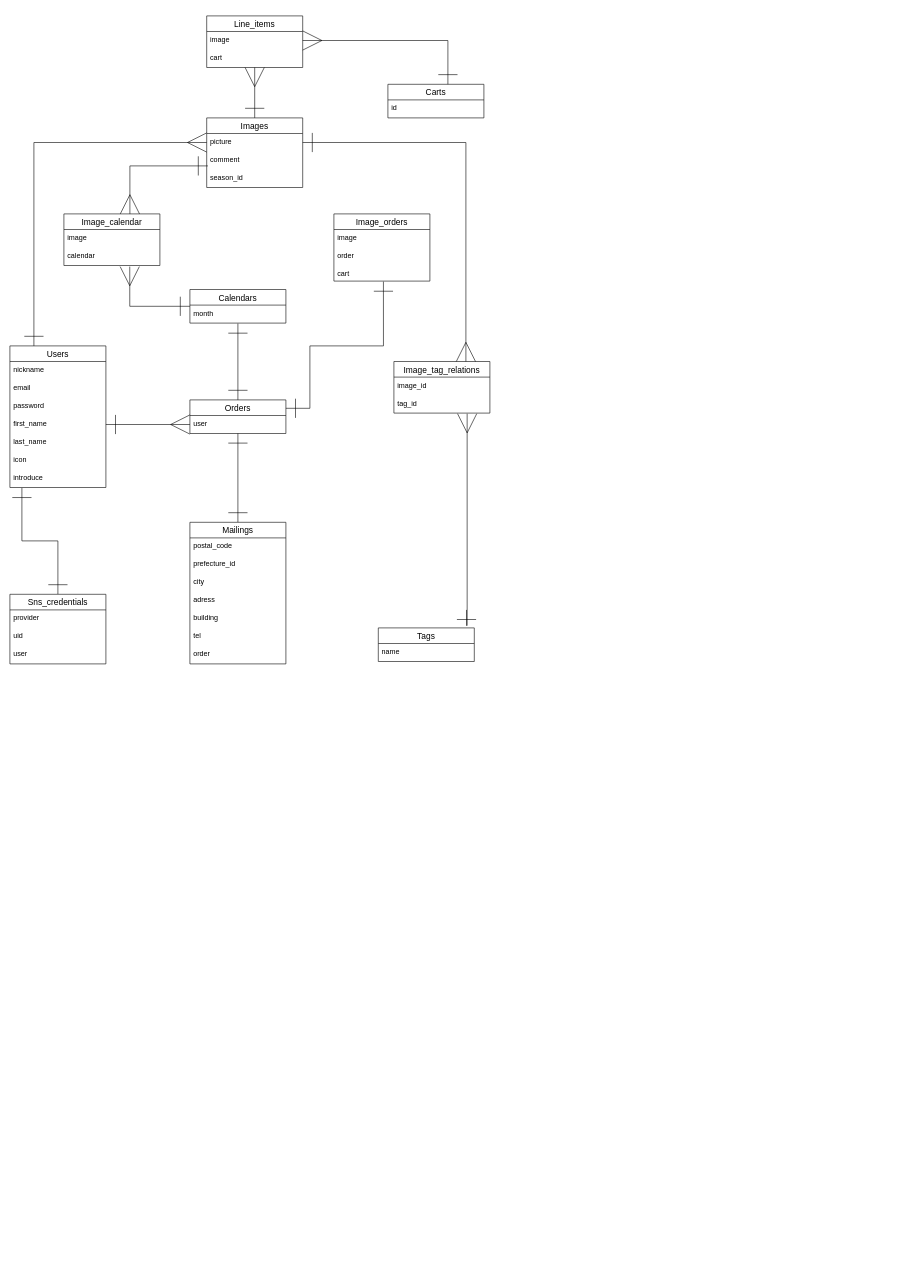
phy-homa/imagecal keeps this draw.io diagram as imagecal.dio. Above is the earlier version. Source tidied: cells renumbered, new cells numbered last; positions are measured from the earlier drawing's top-left corner, leaving out a move shared by most shapes. Both pictures are drawn from the tidied source at 60%, with x=0, y=0 at pixel (10, 16).
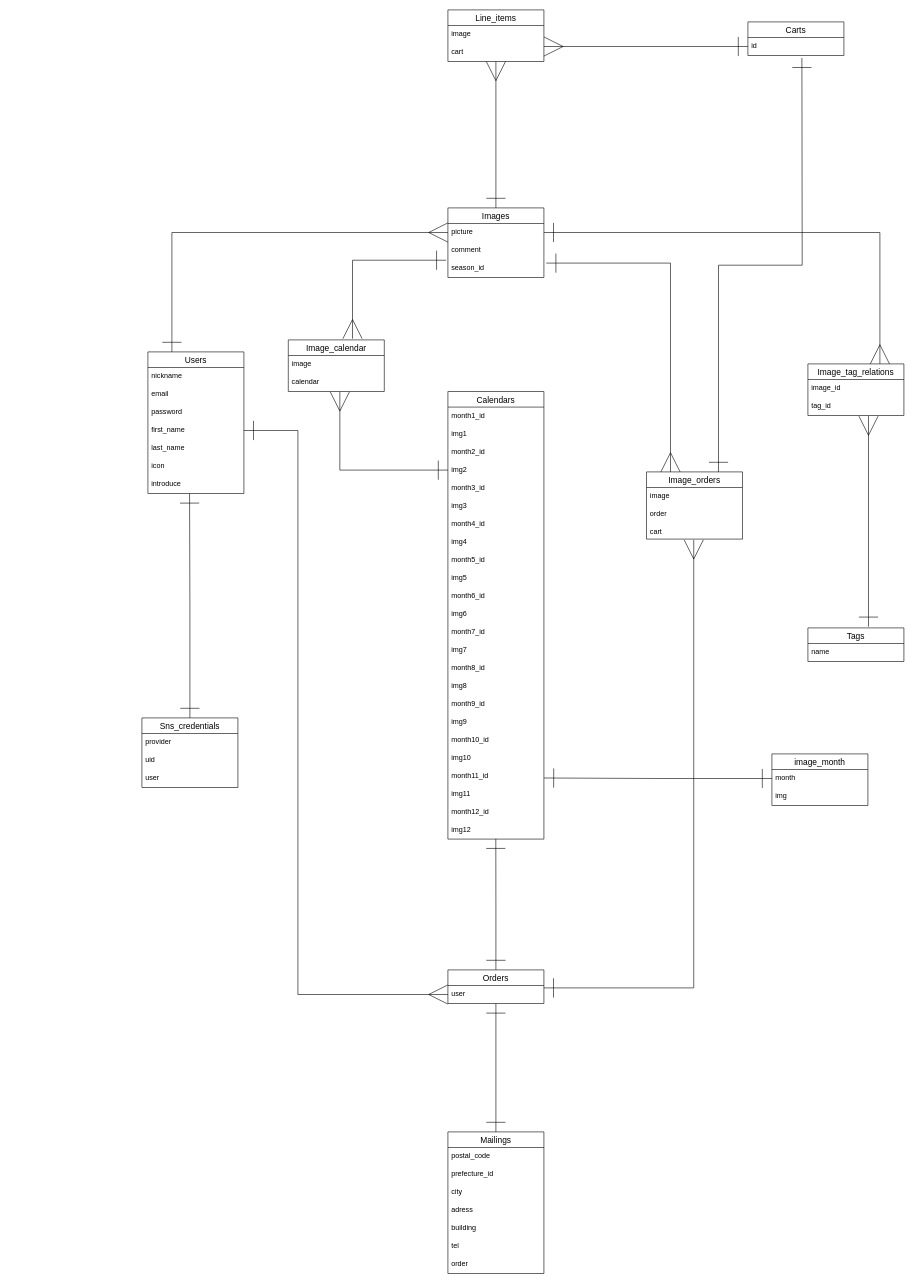
After the change.

Unchanged cells that the change refers to:
```xml
<mxCell id="6" value="first_name" style="text;strokeColor=none;fillColor=none;spacingLeft=4;spacingRight=4;overflow=hidden;points=[[0,0.5],[1,0.5]];portConstraint=eastwest;fontSize=12;" parent="2" vertex="1">
  <mxGeometry y="116" width="160" height="30" as="geometry" />
</mxCell>
<mxCell id="9" value="introduce" style="text;strokeColor=none;fillColor=none;spacingLeft=4;spacingRight=4;overflow=hidden;points=[[0,0.5],[1,0.5]];portConstraint=eastwest;fontSize=12;" parent="2" vertex="1">
  <mxGeometry y="206" width="160" height="30" as="geometry" />
</mxCell>
<mxCell id="13" value="comment" style="text;strokeColor=none;fillColor=none;spacingLeft=4;spacingRight=4;overflow=hidden;points=[[0,0.5],[1,0.5]];portConstraint=eastwest;fontSize=12;" parent="11" vertex="1">
  <mxGeometry y="56" width="160" height="30" as="geometry" />
</mxCell>
<mxCell id="14" value="season_id" style="text;strokeColor=none;fillColor=none;spacingLeft=4;spacingRight=4;overflow=hidden;points=[[0,0.5],[1,0.5]];portConstraint=eastwest;fontSize=12;" parent="11" vertex="1">
  <mxGeometry y="86" width="160" height="30" as="geometry" />
</mxCell>
<mxCell id="17" value="user" style="text;strokeColor=none;fillColor=none;spacingLeft=4;spacingRight=4;overflow=hidden;points=[[0,0.5],[1,0.5]];portConstraint=eastwest;fontSize=12;" parent="16" vertex="1">
  <mxGeometry y="26" width="160" height="30" as="geometry" />
</mxCell>
<mxCell id="33" value="tag_id" style="text;strokeColor=none;fillColor=none;spacingLeft=4;spacingRight=4;overflow=hidden;points=[[0,0.5],[1,0.5]];portConstraint=eastwest;fontSize=12;" parent="31" vertex="1">
  <mxGeometry y="56" width="160" height="30" as="geometry" />
</mxCell>
<mxCell id="41" value="image" style="text;strokeColor=none;fillColor=none;spacingLeft=4;spacingRight=4;overflow=hidden;points=[[0,0.5],[1,0.5]];portConstraint=eastwest;fontSize=12;" parent="40" vertex="1">
  <mxGeometry y="26" width="160" height="30" as="geometry" />
</mxCell>
<mxCell id="44" value="id" style="text;strokeColor=none;fillColor=none;spacingLeft=4;spacingRight=4;overflow=hidden;points=[[0,0.5],[1,0.5]];portConstraint=eastwest;fontSize=12;" parent="43" vertex="1">
  <mxGeometry y="26" width="160" height="30" as="geometry" />
</mxCell>
<mxCell id="50" value="cart" style="text;strokeColor=none;fillColor=none;spacingLeft=4;spacingRight=4;overflow=hidden;points=[[0,0.5],[1,0.5]];portConstraint=eastwest;fontSize=12;" parent="47" vertex="1">
  <mxGeometry y="86" width="160" height="26" as="geometry" />
</mxCell>
<mxCell id="57" value="calendar" style="text;strokeColor=none;fillColor=none;spacingLeft=4;spacingRight=4;overflow=hidden;points=[[0,0.5],[1,0.5]];portConstraint=eastwest;fontSize=12;" parent="55" vertex="1">
  <mxGeometry y="56" width="160" height="30" as="geometry" />
</mxCell>
```

Change to the diagram source:
```diff
@@
     <mxCell id="2" value="Users" style="swimlane;fontStyle=0;horizontal=1;startSize=26;align=center;fontSize=14;" parent="1" vertex="1">
-      <mxGeometry y="550" width="160" height="236" as="geometry" />
+      <mxGeometry x="230" y="560" width="160" height="236" as="geometry" />
     </mxCell>
@@
     <mxCell id="10" style="edgeStyle=orthogonalEdgeStyle;rounded=0;jettySize=auto;html=1;startArrow=ERone;startFill=0;endArrow=ERmany;endFill=0;startSize=30;endSize=30;entryX=0.5;entryY=1;entryDx=0;entryDy=0;" parent="1" edge="1" source="11" target="40">
-      <mxGeometry relative="1" as="geometry" />
+      <mxGeometry relative="1" as="geometry">
+        <Array as="points">
+          <mxPoint x="810" y="190" />
+          <mxPoint x="810" y="190" />
+        </Array>
+      </mxGeometry>
     </mxCell>
     <mxCell id="11" value="Images" style="swimlane;fontStyle=0;horizontal=1;startSize=26;align=center;fontSize=14;" parent="1" vertex="1">
-      <mxGeometry x="328" y="170" width="160" height="116" as="geometry" />
+      <mxGeometry x="730" y="320" width="160" height="116" as="geometry" />
     </mxCell>
@@
-    <mxCell id="15" style="edgeStyle=orthogonalEdgeStyle;rounded=0;jettySize=auto;html=1;exitX=0.5;exitY=0;exitDx=0;exitDy=0;startArrow=ERone;startFill=0;endArrow=ERone;endFill=0;startSize=30;endSize=30;entryX=0.5;entryY=1.026;entryDx=0;entryDy=0;entryPerimeter=0;" parent="1" edge="1" source="16" target="53">
-      <mxGeometry relative="1" as="geometry" />
-    </mxCell>
+    <mxCell id="59" style="edgeStyle=orthogonalEdgeStyle;rounded=0;jettySize=auto;html=1;exitX=0.5;exitY=0;exitDx=0;exitDy=0;startArrow=ERone;startFill=0;endArrow=ERone;endFill=0;endSize=30;startSize=30;entryX=0.499;entryY=0.985;entryDx=0;entryDy=0;entryPerimeter=0;" parent="1" edge="1" source="16" target="84">
+      <mxGeometry relative="1" as="geometry" />
+    </mxCell>
     <mxCell id="16" value="Orders" style="swimlane;fontStyle=0;horizontal=1;startSize=26;align=center;fontSize=14;" parent="1" vertex="1">
-      <mxGeometry x="300" y="640" width="160" height="56" as="geometry" />
+      <mxGeometry x="730" y="1590" width="160" height="56" as="geometry" />
     </mxCell>
@@
     <mxCell id="19" value="Mailings" style="swimlane;fontStyle=0;horizontal=1;startSize=26;align=center;fontSize=14;" parent="1" vertex="1">
-      <mxGeometry x="300" y="844" width="160" height="236" as="geometry" />
+      <mxGeometry x="730" y="1860" width="160" height="236" as="geometry" />
     </mxCell>
@@
-    <mxCell id="28" style="edgeStyle=orthogonalEdgeStyle;rounded=0;jettySize=auto;html=1;startArrow=ERone;startFill=0;endArrow=ERmany;endFill=0;startSize=30;endSize=30;entryX=0.763;entryY=1.033;entryDx=0;entryDy=0;entryPerimeter=0;" parent="1" edge="1" target="33">
+    <mxCell id="28" style="edgeStyle=orthogonalEdgeStyle;rounded=0;jettySize=auto;html=1;startArrow=ERone;startFill=0;endArrow=ERmany;endFill=0;startSize=30;endSize=30;exitX=0.631;exitY=-0.036;exitDx=0;exitDy=0;exitPerimeter=0;" parent="1" edge="1" source="29">
       <mxGeometry relative="1" as="geometry">
-        <mxPoint x="761" y="990" as="sourcePoint" />
+        <mxPoint x="1431" y="667" as="targetPoint" />
         <Array as="points">
-          <mxPoint x="761" y="1016" />
-          <mxPoint x="762" y="1016" />
+          <mxPoint x="1431" y="667" />
         </Array>
       </mxGeometry>
     </mxCell>
     <mxCell id="29" value="Tags" style="swimlane;fontStyle=0;horizontal=1;startSize=26;align=center;fontSize=14;" parent="1" vertex="1">
-      <mxGeometry x="614" y="1020" width="160" height="56" as="geometry" />
+      <mxGeometry x="1330" y="1020" width="160" height="56" as="geometry" />
     </mxCell>
@@
     <mxCell id="31" value="Image_tag_relations" style="swimlane;fontStyle=0;horizontal=1;startSize=26;align=center;fontSize=14;" parent="1" vertex="1">
-      <mxGeometry x="640" y="576" width="160" height="86" as="geometry" />
+      <mxGeometry x="1330" y="580" width="160" height="86" as="geometry" />
     </mxCell>
@@
-    <mxCell id="35" style="edgeStyle=orthogonalEdgeStyle;rounded=0;jettySize=auto;html=1;startArrow=ERone;startFill=0;endArrow=ERone;endFill=0;startSize=30;endSize=30;entryX=0.125;entryY=1.024;entryDx=0;entryDy=0;entryPerimeter=0;" parent="1" edge="1" source="36" target="9">
+    <mxCell id="35" style="edgeStyle=orthogonalEdgeStyle;rounded=0;jettySize=auto;html=1;startArrow=ERone;startFill=0;endArrow=ERone;endFill=0;startSize=30;endSize=30;entryX=0.434;entryY=1;entryDx=0;entryDy=0;entryPerimeter=0;" parent="1" edge="1" source="36" target="9">
       <mxGeometry relative="1" as="geometry" />
     </mxCell>
     <mxCell id="36" value="Sns_credentials" style="swimlane;fontStyle=0;horizontal=1;startSize=26;align=center;fontSize=14;" parent="1" vertex="1">
-      <mxGeometry y="964" width="160" height="116" as="geometry" />
+      <mxGeometry x="220" y="1170" width="160" height="116" as="geometry" />
     </mxCell>
@@
     <mxCell id="40" value="Line_items" style="swimlane;fontStyle=0;horizontal=1;startSize=26;align=center;fontSize=14;" parent="1" vertex="1">
-      <mxGeometry x="328" width="160" height="86" as="geometry" />
+      <mxGeometry x="730" y="-10" width="160" height="86" as="geometry" />
     </mxCell>
@@
     <mxCell id="43" value="Carts" style="swimlane;fontStyle=0;horizontal=1;startSize=26;align=center;fontSize=14;" parent="1" vertex="1">
-      <mxGeometry x="630" y="114" width="160" height="56" as="geometry" />
+      <mxGeometry x="1230" y="10" width="160" height="56" as="geometry" />
     </mxCell>
@@
-    <mxCell id="45" style="edgeStyle=orthogonalEdgeStyle;rounded=0;jettySize=auto;html=1;exitX=1;exitY=0.5;exitDx=0;exitDy=0;endArrow=ERone;endFill=0;endSize=30;startSize=30;startArrow=ERmany;startFill=0;entryX=0.625;entryY=-0.002;entryDx=0;entryDy=0;entryPerimeter=0;" parent="1" edge="1" source="41" target="43">
+    <mxCell id="45" style="edgeStyle=orthogonalEdgeStyle;rounded=0;jettySize=auto;html=1;endArrow=ERone;endFill=0;endSize=30;startSize=30;startArrow=ERmany;startFill=0;entryX=0;entryY=0.5;entryDx=0;entryDy=0;" parent="1" edge="1" target="44">
       <mxGeometry relative="1" as="geometry">
+        <mxPoint x="890" y="51" as="sourcePoint" />
         <Array as="points">
-          <mxPoint x="730" y="41" />
+          <mxPoint x="890" y="51" />
         </Array>
       </mxGeometry>
     </mxCell>
     <mxCell id="46" style="edgeStyle=orthogonalEdgeStyle;rounded=0;jettySize=auto;html=1;startArrow=ERone;startFill=0;endSize=30;startSize=30;endArrow=ERmany;endFill=0;exitX=1;exitY=0.5;exitDx=0;exitDy=0;exitPerimeter=0;" parent="1" edge="1" source="6" target="17">
-      <mxGeometry relative="1" as="geometry" />
+      <mxGeometry relative="1" as="geometry">
+        <Array as="points">
+          <mxPoint x="480" y="691" />
+          <mxPoint x="480" y="1631" />
+        </Array>
+      </mxGeometry>
     </mxCell>
+    <mxCell id="60" style="edgeStyle=orthogonalEdgeStyle;rounded=0;jettySize=auto;html=1;exitX=0.25;exitY=0;exitDx=0;exitDy=0;entryX=1.025;entryY=0.2;entryDx=0;entryDy=0;entryPerimeter=0;startArrow=ERmany;startFill=0;endArrow=ERone;endFill=0;endSize=30;startSize=30;" parent="1" edge="1" source="47" target="14">
+      <mxGeometry relative="1" as="geometry" />
+    </mxCell>
+    <mxCell id="61" style="edgeStyle=orthogonalEdgeStyle;rounded=0;jettySize=auto;html=1;exitX=0.75;exitY=0;exitDx=0;exitDy=0;startArrow=ERone;startFill=0;endArrow=ERone;endFill=0;endSize=30;startSize=30;" parent="1" edge="1" source="47">
+      <mxGeometry relative="1" as="geometry">
+        <mxPoint x="1320" y="70" as="targetPoint" />
+      </mxGeometry>
+    </mxCell>
     <mxCell id="47" value="Image_orders" style="swimlane;fontStyle=0;horizontal=1;startSize=26;align=center;fontSize=14;" parent="1" vertex="1">
-      <mxGeometry x="540" y="330" width="160" height="112" as="geometry" />
+      <mxGeometry x="1061" y="760" width="160" height="112" as="geometry" />
     </mxCell>
@@
-    <mxCell id="51" style="edgeStyle=orthogonalEdgeStyle;rounded=0;jettySize=auto;html=1;startArrow=ERone;startFill=0;endArrow=ERmany;endFill=0;startSize=30;endSize=30;entryX=0.686;entryY=1.06;entryDx=0;entryDy=0;entryPerimeter=0;" parent="1" edge="1" source="52" target="57">
+    <mxCell id="51" style="edgeStyle=orthogonalEdgeStyle;rounded=0;jettySize=auto;html=1;startArrow=ERone;startFill=0;endArrow=ERmany;endFill=0;startSize=30;endSize=30;exitX=-0.018;exitY=1.04;exitDx=0;exitDy=0;exitPerimeter=0;" parent="1" edge="1" source="13">
       <mxGeometry relative="1" as="geometry">
+        <mxPoint x="571" y="538" as="targetPoint" />
         <Array as="points">
-          <mxPoint x="200" y="484" />
+          <mxPoint x="571" y="407" />
         </Array>
       </mxGeometry>
     </mxCell>
     <mxCell id="52" value="Calendars" style="swimlane;fontStyle=0;horizontal=1;startSize=26;align=center;fontSize=14;" parent="1" vertex="1">
-      <mxGeometry x="300" y="456" width="160" height="56" as="geometry" />
+      <mxGeometry x="730" y="626" width="160" height="746" as="geometry" />
     </mxCell>
-    <mxCell id="53" value="month&#10;" style="text;strokeColor=none;fillColor=none;spacingLeft=4;spacingRight=4;overflow=hidden;points=[[0,0.5],[1,0.5]];portConstraint=eastwest;fontSize=12;" parent="52" vertex="1">
+    <mxCell id="53" value="month1_id&#10;" style="text;strokeColor=none;fillColor=none;spacingLeft=4;spacingRight=4;overflow=hidden;points=[[0,0.5],[1,0.5]];portConstraint=eastwest;fontSize=12;" parent="52" vertex="1">
       <mxGeometry y="26" width="160" height="30" as="geometry" />
     </mxCell>
+    <mxCell id="62" value="img1" style="text;strokeColor=none;fillColor=none;spacingLeft=4;spacingRight=4;overflow=hidden;fontSize=12;" parent="52" vertex="1">
+      <mxGeometry y="56" width="160" height="30" as="geometry" />
+    </mxCell>
+    <mxCell id="63" value="month2_id&#10;" style="text;strokeColor=none;fillColor=none;spacingLeft=4;spacingRight=4;overflow=hidden;fontSize=12;" parent="52" vertex="1">
+      <mxGeometry y="86" width="160" height="30" as="geometry" />
+    </mxCell>
+    <mxCell id="64" value="img2" style="text;strokeColor=none;fillColor=none;spacingLeft=4;spacingRight=4;overflow=hidden;fontSize=12;" parent="52" vertex="1">
+      <mxGeometry y="116" width="160" height="30" as="geometry" />
+    </mxCell>
+    <mxCell id="65" value="month3_id&#10;" style="text;strokeColor=none;fillColor=none;spacingLeft=4;spacingRight=4;overflow=hidden;fontSize=12;" parent="52" vertex="1">
+      <mxGeometry y="146" width="160" height="30" as="geometry" />
+    </mxCell>
+    <mxCell id="66" value="img3" style="text;strokeColor=none;fillColor=none;spacingLeft=4;spacingRight=4;overflow=hidden;fontSize=12;" parent="52" vertex="1">
+      <mxGeometry y="176" width="160" height="30" as="geometry" />
+    </mxCell>
+    <mxCell id="67" value="month4_id&#10;" style="text;strokeColor=none;fillColor=none;spacingLeft=4;spacingRight=4;overflow=hidden;fontSize=12;" parent="52" vertex="1">
+      <mxGeometry y="206" width="160" height="30" as="geometry" />
+    </mxCell>
+    <mxCell id="68" value="img4" style="text;strokeColor=none;fillColor=none;spacingLeft=4;spacingRight=4;overflow=hidden;fontSize=12;" parent="52" vertex="1">
+      <mxGeometry y="236" width="160" height="30" as="geometry" />
+    </mxCell>
+    <mxCell id="69" value="month5_id&#10;" style="text;strokeColor=none;fillColor=none;spacingLeft=4;spacingRight=4;overflow=hidden;fontSize=12;" parent="52" vertex="1">
+      <mxGeometry y="266" width="160" height="30" as="geometry" />
+    </mxCell>
+    <mxCell id="70" value="img5" style="text;strokeColor=none;fillColor=none;spacingLeft=4;spacingRight=4;overflow=hidden;fontSize=12;" parent="52" vertex="1">
+      <mxGeometry y="296" width="160" height="30" as="geometry" />
+    </mxCell>
+    <mxCell id="71" value="month6_id&#10;" style="text;strokeColor=none;fillColor=none;spacingLeft=4;spacingRight=4;overflow=hidden;fontSize=12;" parent="52" vertex="1">
+      <mxGeometry y="326" width="160" height="30" as="geometry" />
+    </mxCell>
+    <mxCell id="72" value="img6" style="text;strokeColor=none;fillColor=none;spacingLeft=4;spacingRight=4;overflow=hidden;fontSize=12;" parent="52" vertex="1">
+      <mxGeometry y="356" width="160" height="30" as="geometry" />
+    </mxCell>
+    <mxCell id="73" value="month7_id&#10;" style="text;strokeColor=none;fillColor=none;spacingLeft=4;spacingRight=4;overflow=hidden;fontSize=12;" parent="52" vertex="1">
+      <mxGeometry y="386" width="160" height="30" as="geometry" />
+    </mxCell>
+    <mxCell id="74" value="img7" style="text;strokeColor=none;fillColor=none;spacingLeft=4;spacingRight=4;overflow=hidden;fontSize=12;" parent="52" vertex="1">
+      <mxGeometry y="416" width="160" height="30" as="geometry" />
+    </mxCell>
+    <mxCell id="75" value="month8_id&#10;" style="text;strokeColor=none;fillColor=none;spacingLeft=4;spacingRight=4;overflow=hidden;fontSize=12;" parent="52" vertex="1">
+      <mxGeometry y="446" width="160" height="30" as="geometry" />
+    </mxCell>
+    <mxCell id="76" value="img8" style="text;strokeColor=none;fillColor=none;spacingLeft=4;spacingRight=4;overflow=hidden;fontSize=12;" parent="52" vertex="1">
+      <mxGeometry y="476" width="160" height="30" as="geometry" />
+    </mxCell>
+    <mxCell id="77" value="month9_id&#10;" style="text;strokeColor=none;fillColor=none;spacingLeft=4;spacingRight=4;overflow=hidden;fontSize=12;" parent="52" vertex="1">
+      <mxGeometry y="506" width="160" height="30" as="geometry" />
+    </mxCell>
+    <mxCell id="78" value="img9" style="text;strokeColor=none;fillColor=none;spacingLeft=4;spacingRight=4;overflow=hidden;fontSize=12;" parent="52" vertex="1">
+      <mxGeometry y="536" width="160" height="30" as="geometry" />
+    </mxCell>
+    <mxCell id="79" value="month10_id&#10;" style="text;strokeColor=none;fillColor=none;spacingLeft=4;spacingRight=4;overflow=hidden;fontSize=12;" parent="52" vertex="1">
+      <mxGeometry y="566" width="160" height="30" as="geometry" />
+    </mxCell>
+    <mxCell id="80" value="img10" style="text;strokeColor=none;fillColor=none;spacingLeft=4;spacingRight=4;overflow=hidden;fontSize=12;" parent="52" vertex="1">
+      <mxGeometry y="596" width="160" height="30" as="geometry" />
+    </mxCell>
+    <mxCell id="81" value="month11_id&#10;" style="text;strokeColor=none;fillColor=none;spacingLeft=4;spacingRight=4;overflow=hidden;points=[[0,0.5],[1,0.5]];portConstraint=eastwest;fontSize=12;" parent="52" vertex="1">
+      <mxGeometry y="626" width="160" height="30" as="geometry" />
+    </mxCell>
+    <mxCell id="82" value="img11" style="text;strokeColor=none;fillColor=none;spacingLeft=4;spacingRight=4;overflow=hidden;fontSize=12;" parent="52" vertex="1">
+      <mxGeometry y="656" width="160" height="30" as="geometry" />
+    </mxCell>
+    <mxCell id="83" value="month12_id&#10;" style="text;strokeColor=none;fillColor=none;spacingLeft=4;spacingRight=4;overflow=hidden;fontSize=12;" parent="52" vertex="1">
+      <mxGeometry y="686" width="160" height="30" as="geometry" />
+    </mxCell>
+    <mxCell id="84" value="img12" style="text;strokeColor=none;fillColor=none;spacingLeft=4;spacingRight=4;overflow=hidden;points=[[0,0.5],[1,0.5]];portConstraint=eastwest;fontSize=12;" parent="52" vertex="1">
+      <mxGeometry y="716" width="160" height="30" as="geometry" />
+    </mxCell>
-    <mxCell id="54" style="edgeStyle=orthogonalEdgeStyle;rounded=0;jettySize=auto;html=1;startArrow=ERmany;startFill=0;endArrow=ERone;endFill=0;startSize=30;endSize=30;" parent="1" edge="1" source="55">
+    <mxCell id="54" style="edgeStyle=orthogonalEdgeStyle;rounded=0;jettySize=auto;html=1;startArrow=ERmany;startFill=0;endArrow=ERone;endFill=0;startSize=30;endSize=30;exitX=0.537;exitY=1.02;exitDx=0;exitDy=0;exitPerimeter=0;" parent="1" edge="1" source="57">
       <mxGeometry relative="1" as="geometry">
-        <mxPoint x="330" y="250" as="targetPoint" />
+        <mxPoint x="730" y="757" as="targetPoint" />
         <Array as="points">
-          <mxPoint x="200" y="250" />
-          <mxPoint x="330" y="250" />
+          <mxPoint x="550" y="757" />
         </Array>
       </mxGeometry>
     </mxCell>
     <mxCell id="55" value="Image_calendar" style="swimlane;fontStyle=0;horizontal=1;startSize=26;align=center;fontSize=14;" parent="1" vertex="1">
-      <mxGeometry x="90" y="330" width="160" height="86" as="geometry" />
+      <mxGeometry x="464" y="540" width="160" height="86" as="geometry" />
     </mxCell>
@@
-    <mxCell id="58" style="edgeStyle=orthogonalEdgeStyle;rounded=0;jettySize=auto;html=1;exitX=1;exitY=0.25;exitDx=0;exitDy=0;startArrow=ERone;startFill=0;endArrow=ERone;endFill=0;startSize=30;endSize=30;entryX=0.516;entryY=1.034;entryDx=0;entryDy=0;entryPerimeter=0;" parent="1" edge="1" source="16" target="50">
+    <mxCell id="58" style="edgeStyle=orthogonalEdgeStyle;rounded=0;jettySize=auto;html=1;startArrow=ERone;startFill=0;endArrow=ERmany;endFill=0;startSize=30;endSize=30;entryX=0.492;entryY=1.049;entryDx=0;entryDy=0;entryPerimeter=0;" parent="1" edge="1" target="50">
       <mxGeometry relative="1" as="geometry">
+        <mxPoint x="890" y="1620" as="sourcePoint" />
         <Array as="points">
-          <mxPoint x="500" y="654" />
-          <mxPoint x="500" y="550" />
-          <mxPoint x="623" y="550" />
+          <mxPoint x="890" y="1620" />
+          <mxPoint x="1140" y="1620" />
         </Array>
       </mxGeometry>
     </mxCell>
+    <mxCell id="85" value="image_month" style="swimlane;fontStyle=0;horizontal=1;startSize=26;align=center;fontSize=14;" parent="1" vertex="1">
+      <mxGeometry x="1270" y="1230" width="160" height="86" as="geometry" />
+    </mxCell>
+    <mxCell id="86" value="month" style="text;strokeColor=none;fillColor=none;spacingLeft=4;spacingRight=4;overflow=hidden;points=[[0,0.5],[1,0.5]];portConstraint=eastwest;fontSize=12;" parent="85" vertex="1">
+      <mxGeometry y="26" width="160" height="30" as="geometry" />
+    </mxCell>
+    <mxCell id="87" value="img" style="text;strokeColor=none;fillColor=none;spacingLeft=4;spacingRight=4;overflow=hidden;fontSize=12;" parent="85" vertex="1">
+      <mxGeometry y="56" width="160" height="30" as="geometry" />
+    </mxCell>
+    <mxCell id="88" style="edgeStyle=orthogonalEdgeStyle;rounded=0;jettySize=auto;html=1;exitX=0;exitY=0.5;exitDx=0;exitDy=0;startArrow=ERone;startFill=0;endArrow=ERone;endFill=0;endSize=30;startSize=30;entryX=1.002;entryY=0.605;entryDx=0;entryDy=0;entryPerimeter=0;" parent="1" edge="1" source="86" target="81">
+      <mxGeometry relative="1" as="geometry" />
+    </mxCell>
```
